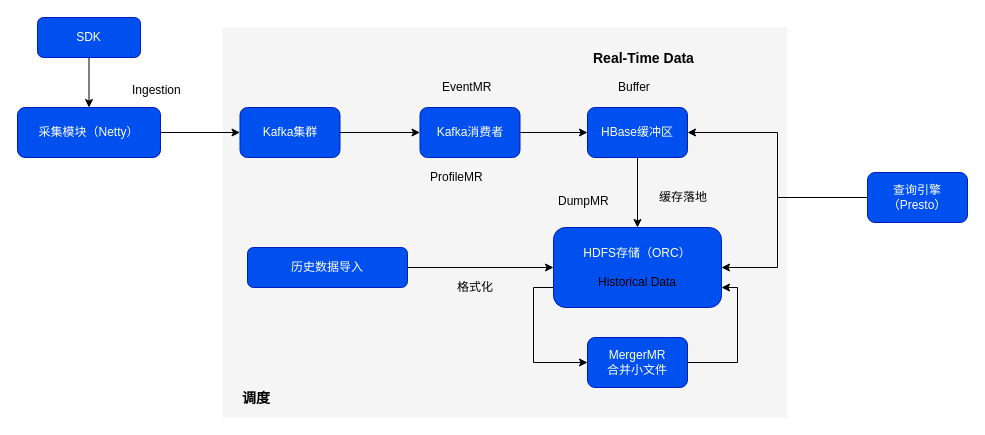
Before: page "数据流转过程" (2 of 3) of drawio/大数据IOTA 架构.drawio in weiwen111/diagram, a draw.io diagram. Source tidied: cells renumbered, new cells numbered last; positions are measured from the earlier drawing's top-left corner, leaving out a move shared by most shapes. Both pictures are drawn from the tidied source at 100%, with x=0, y=0 at pixel (17, 17).
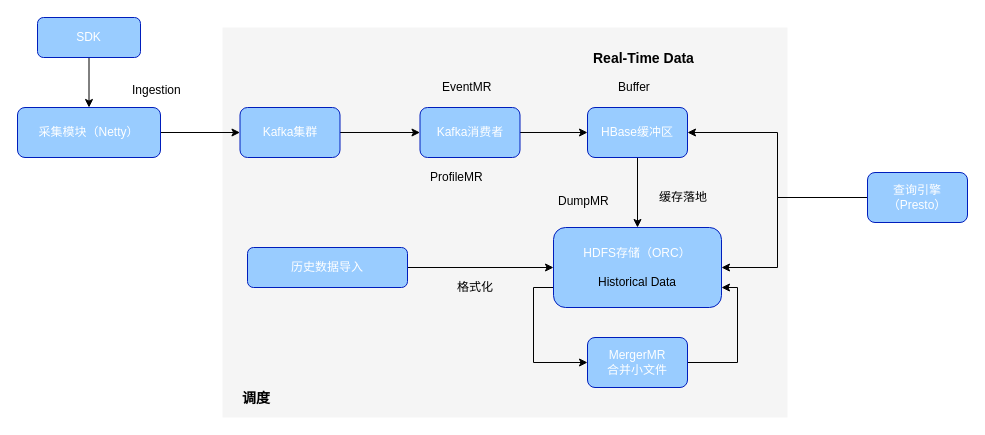
The same page after the edit.

What changed in the source:
```diff
@@
-    <mxCell id="4" value="SDK" style="rounded=1;whiteSpace=wrap;html=1;strokeColor=#001DBC;fillColor=#0050ef;fontColor=#ffffff;" parent="1" vertex="1">
+    <mxCell id="4" value="SDK" style="rounded=1;whiteSpace=wrap;html=1;strokeColor=#001DBC;fillColor=#99CCFF;fontColor=#ffffff;" parent="1" vertex="1">
       <mxGeometry x="20" width="103" height="40" as="geometry" />
     </mxCell>
@@
-    <mxCell id="6" value="采集模块（Netty）" style="rounded=1;whiteSpace=wrap;html=1;strokeColor=#001DBC;fillColor=#0050ef;fontColor=#ffffff;" parent="1" vertex="1">
+    <mxCell id="6" value="采集模块（Netty）" style="rounded=1;whiteSpace=wrap;html=1;strokeColor=#001DBC;fillColor=#99CCFF;fontColor=#ffffff;" parent="1" vertex="1">
       <mxGeometry y="90" width="143" height="50" as="geometry" />
     </mxCell>
@@
-    <mxCell id="8" value="Kafka集群" style="rounded=1;whiteSpace=wrap;html=1;strokeColor=#001DBC;fillColor=#0050ef;fontColor=#ffffff;" parent="1" vertex="1">
+    <mxCell id="8" value="Kafka集群" style="rounded=1;whiteSpace=wrap;html=1;strokeColor=#001DBC;fillColor=#99CCFF;fontColor=#ffffff;" parent="1" vertex="1">
       <mxGeometry x="222.5" y="90" width="100" height="50" as="geometry" />
     </mxCell>
@@
-    <mxCell id="10" value="Kafka消费者" style="rounded=1;whiteSpace=wrap;html=1;strokeColor=#001DBC;fillColor=#0050ef;fontColor=#ffffff;" parent="1" vertex="1">
+    <mxCell id="10" value="Kafka消费者" style="rounded=1;whiteSpace=wrap;html=1;strokeColor=#001DBC;fillColor=#99CCFF;fontColor=#ffffff;" parent="1" vertex="1">
       <mxGeometry x="402.5" y="90" width="100" height="50" as="geometry" />
     </mxCell>
@@
-    <mxCell id="12" value="HBase缓冲区" style="rounded=1;whiteSpace=wrap;html=1;strokeColor=#001DBC;fillColor=#0050ef;fontColor=#ffffff;" parent="1" vertex="1">
+    <mxCell id="12" value="HBase缓冲区" style="rounded=1;whiteSpace=wrap;html=1;strokeColor=#001DBC;fillColor=#99CCFF;fontColor=#ffffff;" parent="1" vertex="1">
       <mxGeometry x="570" y="90" width="100" height="50" as="geometry" />
     </mxCell>
@@
-    <mxCell id="14" value="HDFS存储（ORC）&lt;br&gt;&lt;br&gt;&lt;font color=&quot;#000000&quot;&gt;Historical Data&lt;/font&gt;" style="rounded=1;whiteSpace=wrap;html=1;strokeColor=#001DBC;fillColor=#0050ef;fontColor=#ffffff;align=center;" parent="1" vertex="1">
+    <mxCell id="14" value="HDFS存储（ORC）&lt;br&gt;&lt;br&gt;&lt;font color=&quot;#000000&quot;&gt;Historical Data&lt;/font&gt;" style="rounded=1;whiteSpace=wrap;html=1;strokeColor=#001DBC;fillColor=#99CCFF;fontColor=#ffffff;align=center;" parent="1" vertex="1">
       <mxGeometry x="536" y="210" width="168" height="80" as="geometry" />
     </mxCell>
@@
-    <mxCell id="16" value="历史数据导入" style="rounded=1;whiteSpace=wrap;html=1;strokeColor=#001DBC;fillColor=#0050ef;fontColor=#ffffff;" parent="1" vertex="1">
+    <mxCell id="16" value="历史数据导入" style="rounded=1;whiteSpace=wrap;html=1;strokeColor=#001DBC;fillColor=#99CCFF;fontColor=#ffffff;" parent="1" vertex="1">
       <mxGeometry x="230" y="230" width="160" height="40" as="geometry" />
     </mxCell>
@@
-    <mxCell id="19" value="MergerMR&lt;br&gt;合并小文件" style="rounded=1;whiteSpace=wrap;html=1;strokeColor=#001DBC;fillColor=#0050ef;fontColor=#ffffff;" parent="1" vertex="1">
+    <mxCell id="19" value="MergerMR&lt;br&gt;合并小文件" style="rounded=1;whiteSpace=wrap;html=1;strokeColor=#001DBC;fillColor=#99CCFF;fontColor=#ffffff;" parent="1" vertex="1">
       <mxGeometry x="570" y="320" width="100" height="50" as="geometry" />
     </mxCell>
@@
-    <mxCell id="23" value="查询引擎（Presto）" style="rounded=1;whiteSpace=wrap;html=1;strokeColor=#001DBC;fillColor=#0050ef;fontColor=#ffffff;" parent="1" vertex="1">
+    <mxCell id="23" value="查询引擎（Presto）" style="rounded=1;whiteSpace=wrap;html=1;strokeColor=#001DBC;fillColor=#99CCFF;fontColor=#ffffff;" parent="1" vertex="1">
       <mxGeometry x="850" y="155" width="100" height="50" as="geometry" />
     </mxCell>
```
